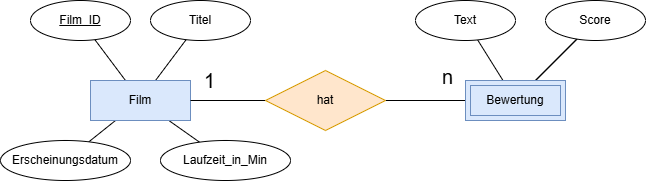
This is slides/content/slides/Informatik/Database/assets/er-weak-entity-example.drawio.png from HTL-Wolfsberg-Betriebsinformatik/skript, a draw.io export, as it was before one commit. Source tidied: cells renumbered, new cells last; positions are measured from the earlier drawing's top-left corner, leaving out a move shared by most shapes. Its diagram source:
```xml
<mxGraphModel>
  <root>
    <mxCell id="0" />
    <mxCell id="1" parent="0" />
    <mxCell id="2" style="edgeStyle=none;html=1;endArrow=none;endFill=0;" parent="1" edge="1" target="13">
      <mxGeometry relative="1" as="geometry">
        <mxPoint x="465" y="100" as="sourcePoint" />
      </mxGeometry>
    </mxCell>
    <mxCell id="3" value="n" style="edgeLabel;html=1;align=center;verticalAlign=middle;fontSize=20;" parent="2" vertex="1">
      <mxGeometry x="-0.53" y="-2" relative="1" as="geometry">
        <mxPoint x="1" y="-22" as="offset" />
      </mxGeometry>
    </mxCell>
    <mxCell id="4" style="edgeStyle=none;html=1;endArrow=none;endFill=0;" parent="1" edge="1" source="21" target="14">
      <mxGeometry relative="1" as="geometry" />
    </mxCell>
    <mxCell id="5" style="edgeStyle=none;html=1;endArrow=none;endFill=0;" parent="1" edge="1" target="16">
      <mxGeometry relative="1" as="geometry">
        <mxPoint x="535" y="80" as="sourcePoint" />
      </mxGeometry>
    </mxCell>
    <mxCell id="6" style="edgeStyle=none;html=1;endArrow=none;endFill=0;" parent="1" edge="1" source="10" target="18">
      <mxGeometry relative="1" as="geometry" />
    </mxCell>
    <mxCell id="7" style="edgeStyle=none;html=1;endArrow=none;endFill=0;" parent="1" edge="1" source="10" target="17">
      <mxGeometry relative="1" as="geometry" />
    </mxCell>
    <mxCell id="8" style="edgeStyle=none;html=1;endArrow=none;endFill=0;" parent="1" edge="1" source="10" target="19">
      <mxGeometry relative="1" as="geometry" />
    </mxCell>
    <mxCell id="9" style="edgeStyle=none;html=1;endArrow=none;endFill=0;" parent="1" edge="1" source="10" target="20">
      <mxGeometry relative="1" as="geometry" />
    </mxCell>
    <mxCell id="10" value="Film" style="whiteSpace=wrap;html=1;align=center;fillColor=#dae8fc;strokeColor=#6c8ebf;" parent="1" vertex="1">
      <mxGeometry x="90" y="80" width="100" height="40" as="geometry" />
    </mxCell>
    <mxCell id="11" style="edgeStyle=none;html=1;endArrow=none;endFill=0;" parent="1" edge="1" source="13" target="10">
      <mxGeometry relative="1" as="geometry" />
    </mxCell>
    <mxCell id="12" value="1" style="edgeLabel;html=1;align=center;verticalAlign=middle;fontSize=20;" parent="11" vertex="1">
      <mxGeometry x="0.51" relative="1" as="geometry">
        <mxPoint y="-20" as="offset" />
      </mxGeometry>
    </mxCell>
    <mxCell id="13" value="hat" style="shape=rhombus;perimeter=rhombusPerimeter;whiteSpace=wrap;html=1;align=center;fillColor=#ffe6cc;strokeColor=#d79b00;" parent="1" vertex="1">
      <mxGeometry x="265" y="70" width="120" height="60" as="geometry" />
    </mxCell>
    <mxCell id="14" value="Text" style="ellipse;whiteSpace=wrap;html=1;align=center;labelBorderColor=none;labelBackgroundColor=none;fontStyle=0;" parent="1" vertex="1">
      <mxGeometry x="415" width="100" height="40" as="geometry" />
    </mxCell>
    <mxCell id="15" style="edgeStyle=none;html=1;endArrow=none;endFill=0;" parent="1" edge="1" source="16" target="21">
      <mxGeometry relative="1" as="geometry" />
    </mxCell>
    <mxCell id="16" value="Score" style="ellipse;whiteSpace=wrap;html=1;align=center;labelBorderColor=none;labelBackgroundColor=none;fontStyle=0;" parent="1" vertex="1">
      <mxGeometry x="545" width="100" height="40" as="geometry" />
    </mxCell>
    <mxCell id="17" value="Titel" style="ellipse;whiteSpace=wrap;html=1;align=center;labelBorderColor=none;labelBackgroundColor=none;fontStyle=0;" parent="1" vertex="1">
      <mxGeometry x="150" width="100" height="40" as="geometry" />
    </mxCell>
    <mxCell id="18" value="Film_ID" style="ellipse;whiteSpace=wrap;html=1;align=center;labelBorderColor=none;labelBackgroundColor=none;fontStyle=4;" parent="1" vertex="1">
      <mxGeometry x="30" width="100" height="40" as="geometry" />
    </mxCell>
    <mxCell id="19" value="Erscheinungsdatum" style="ellipse;whiteSpace=wrap;html=1;align=center;labelBorderColor=none;labelBackgroundColor=none;fontStyle=0;" parent="1" vertex="1">
      <mxGeometry y="140" width="130" height="40" as="geometry" />
    </mxCell>
    <mxCell id="20" value="Laufzeit_in_Min" style="ellipse;whiteSpace=wrap;html=1;align=center;labelBorderColor=none;labelBackgroundColor=none;fontStyle=0;" parent="1" vertex="1">
      <mxGeometry x="160" y="140" width="130" height="40" as="geometry" />
    </mxCell>
    <mxCell id="21" value="Bewertung" style="shape=ext;margin=3;double=1;whiteSpace=wrap;html=1;align=center;fillColor=#dae8fc;strokeColor=#6c8ebf;" parent="1" vertex="1">
      <mxGeometry x="465" y="80" width="100" height="40" as="geometry" />
    </mxCell>
  </root>
</mxGraphModel>
```
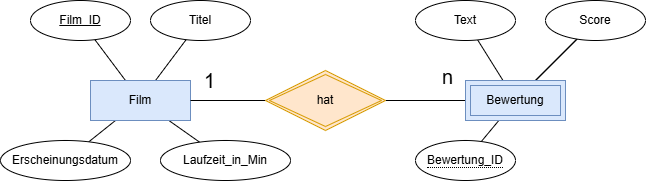
The same diagram one commit later.

Change to the diagram source:
```diff
@@ -43,9 +43,6 @@
         <mxPoint y="-20" as="offset" />
       </mxGeometry>
     </mxCell>
-    <mxCell id="13" value="hat" style="shape=rhombus;perimeter=rhombusPerimeter;whiteSpace=wrap;html=1;align=center;fillColor=#ffe6cc;strokeColor=#d79b00;" parent="1" vertex="1">
-      <mxGeometry x="265" y="70" width="120" height="60" as="geometry" />
-    </mxCell>
     <mxCell id="14" value="Text" style="ellipse;whiteSpace=wrap;html=1;align=center;labelBorderColor=none;labelBackgroundColor=none;fontStyle=0;" parent="1" vertex="1">
       <mxGeometry x="415" width="100" height="40" as="geometry" />
     </mxCell>
@@ -67,8 +64,17 @@
     <mxCell id="20" value="Laufzeit_in_Min" style="ellipse;whiteSpace=wrap;html=1;align=center;labelBorderColor=none;labelBackgroundColor=none;fontStyle=0;" parent="1" vertex="1">
       <mxGeometry x="160" y="140" width="130" height="40" as="geometry" />
     </mxCell>
+    <mxCell id="22" style="edgeStyle=none;html=1;endArrow=none;endFill=0;" parent="1" edge="1" source="21" target="23">
+      <mxGeometry relative="1" as="geometry" />
+    </mxCell>
     <mxCell id="21" value="Bewertung" style="shape=ext;margin=3;double=1;whiteSpace=wrap;html=1;align=center;fillColor=#dae8fc;strokeColor=#6c8ebf;" parent="1" vertex="1">
       <mxGeometry x="465" y="80" width="100" height="40" as="geometry" />
     </mxCell>
+    <mxCell id="23" value="&lt;span style=&quot;border-bottom: 1px dotted&quot;&gt;Bewertung_ID&lt;/span&gt;" style="ellipse;whiteSpace=wrap;html=1;align=center;" parent="1" vertex="1">
+      <mxGeometry x="415" y="140" width="100" height="40" as="geometry" />
+    </mxCell>
+    <mxCell id="13" value="hat" style="shape=rhombus;double=1;perimeter=rhombusPerimeter;whiteSpace=wrap;html=1;align=center;fillColor=#ffe6cc;strokeColor=#d79b00;" parent="1" vertex="1">
+      <mxGeometry x="265" y="70" width="120" height="60" as="geometry" />
+    </mxCell>
   </root>
 </mxGraphModel>
```
